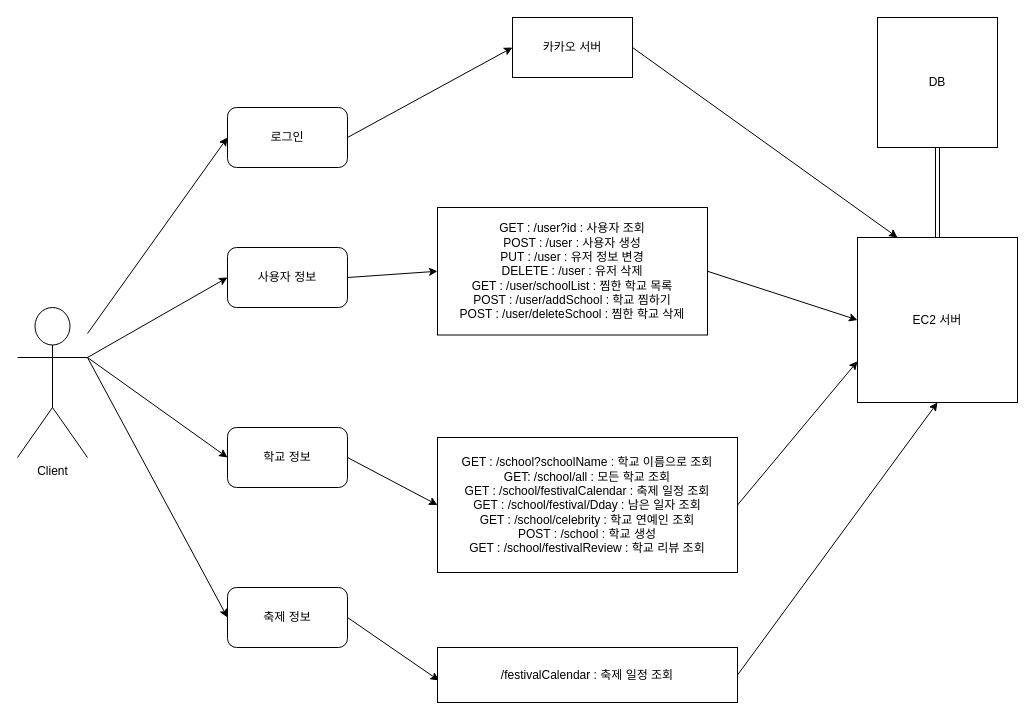
Jake-huen/Unifesta-backend keeps this draw.io diagram as unifesta.drawio. Above is the earlier version. Source tidied: cells renumbered, new cells numbered last; positions are measured from the earlier drawing's top-left corner, leaving out a move shared by most shapes. Both pictures are drawn from the tidied source at 100%, with x=0, y=0 at pixel (17, 17).
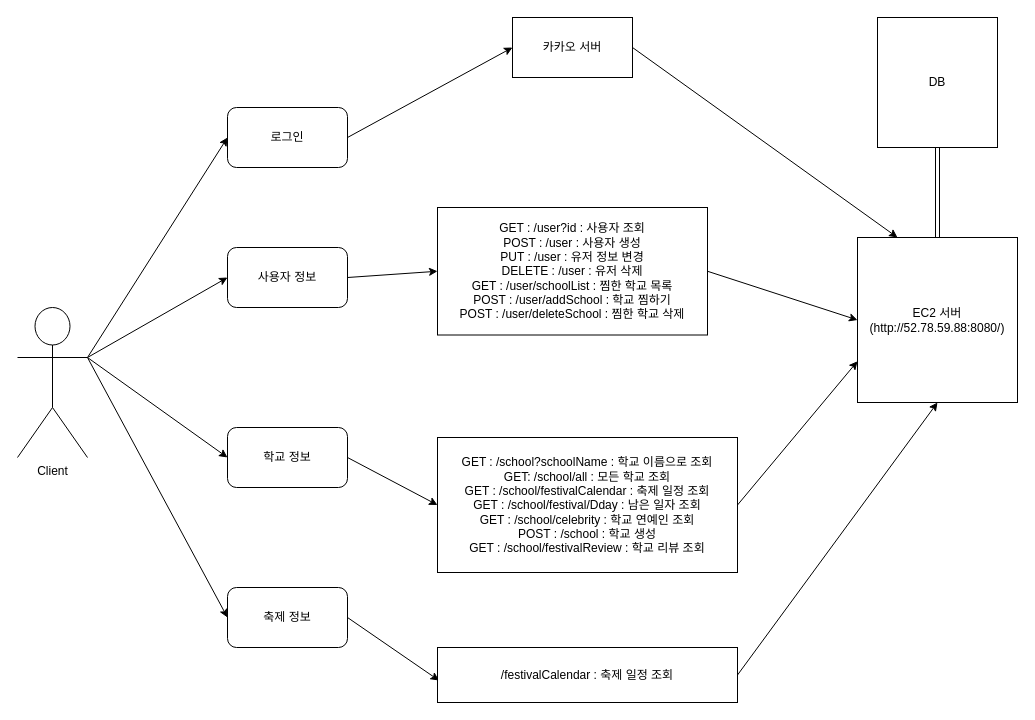
Above is the later version.

The change refers to these unchanged cells:
```xml
<mxCell id="6" value="Client" style="shape=umlActor;verticalLabelPosition=bottom;verticalAlign=top;html=1;outlineConnect=0;" parent="1" vertex="1">
  <mxGeometry y="290" width="70" height="150" as="geometry" />
</mxCell>
<mxCell id="10" value="로그인" style="rounded=1;whiteSpace=wrap;html=1;" parent="1" vertex="1">
  <mxGeometry x="210" y="90" width="120" height="60" as="geometry" />
</mxCell>
```

Diff of the diagram source:
```diff
@@
-    <mxCell id="2" style="jettySize=auto;html=1;entryX=0;entryY=0.5;entryDx=0;entryDy=0;rounded=0;" parent="1" edge="1" source="6" target="10">
-      <mxGeometry relative="1" as="geometry" />
+    <mxCell id="2" style="jettySize=auto;html=1;entryX=0;entryY=0.5;entryDx=0;entryDy=0;rounded=0;" parent="1" edge="1" target="10">
+      <mxGeometry relative="1" as="geometry">
+        <mxPoint x="70" y="340" as="sourcePoint" />
+      </mxGeometry>
     </mxCell>
@@
-    <mxCell id="19" value="EC2 서버" style="rounded=0;whiteSpace=wrap;html=1;" parent="1" vertex="1">
+    <mxCell id="19" value="EC2 서버&lt;br&gt;(http://52.78.59.88:8080/)" style="rounded=0;whiteSpace=wrap;html=1;" parent="1" vertex="1">
       <mxGeometry x="840" y="220" width="160" height="165" as="geometry" />
     </mxCell>
```
